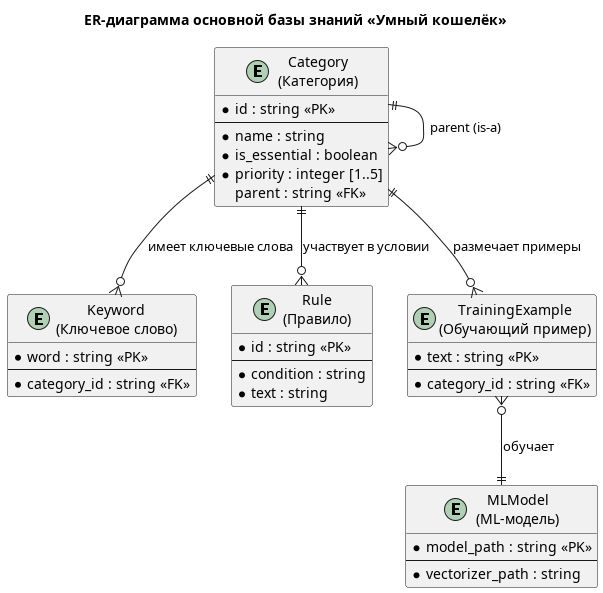
Above: out/diagrams/er_knowledgebase/er_knowledgebase.png in dekada314/SmartWallet (PlantUML), before the change.
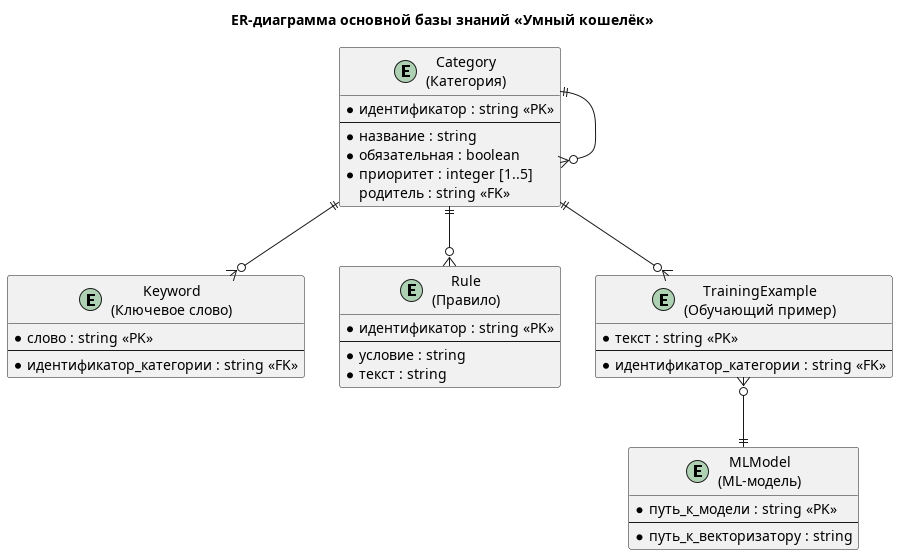
The same file after the commit.

The edit, as a diff of the source:
```diff
@@ -5,43 +5,43 @@
 title ER-диаграмма основной базы знаний «Умный кошелёк»
 
 entity "Category\n(Категория)" as CAT {
-  * id : string <<PK>>
+  * идентификатор : string <<PK>>
   --
-  * name : string
-  * is_essential : boolean
-  * priority : integer [1..5]
-  parent : string <<FK>>
+  * название : string
+  * обязательная : boolean
+  * приоритет : integer [1..5]
+  родитель : string <<FK>>
 }
 
 entity "Keyword\n(Ключевое слово)" as KW {
-  * word : string <<PK>>
+  * слово : string <<PK>>
   --
-  * category_id : string <<FK>>
+  * идентификатор_категории : string <<FK>>
 }
 
 entity "Rule\n(Правило)" as RULE {
-  * id : string <<PK>>
+  * идентификатор : string <<PK>>
   --
-  * condition : string
-  * text : string
+  * условие : string
+  * текст : string
 }
 
 entity "TrainingExample\n(Обучающий пример)" as TR {
-  * text : string <<PK>>
+  * текст : string <<PK>>
   --
-  * category_id : string <<FK>>
+  * идентификатор_категории : string <<FK>>
 }
 
 entity "MLModel\n(ML-модель)" as ML {
-  * model_path : string <<PK>>
+  * путь_к_модели : string <<PK>>
   --
-  * vectorizer_path : string
+  * путь_к_векторизатору : string
 }
 
-CAT ||--o{ CAT       : "parent (is-a)"
-CAT ||--o{ KW        : "имеет ключевые слова"
-CAT ||--o{ RULE      : "участвует в условии"
-CAT ||--o{ TR        : "размечает примеры"
-TR  }o--|| ML        : "обучает"
+CAT ||--o{ CAT
+CAT ||--o{ KW
+CAT ||--o{ RULE
+CAT ||--o{ TR
+TR }o--|| ML
 
 @enduml
```
